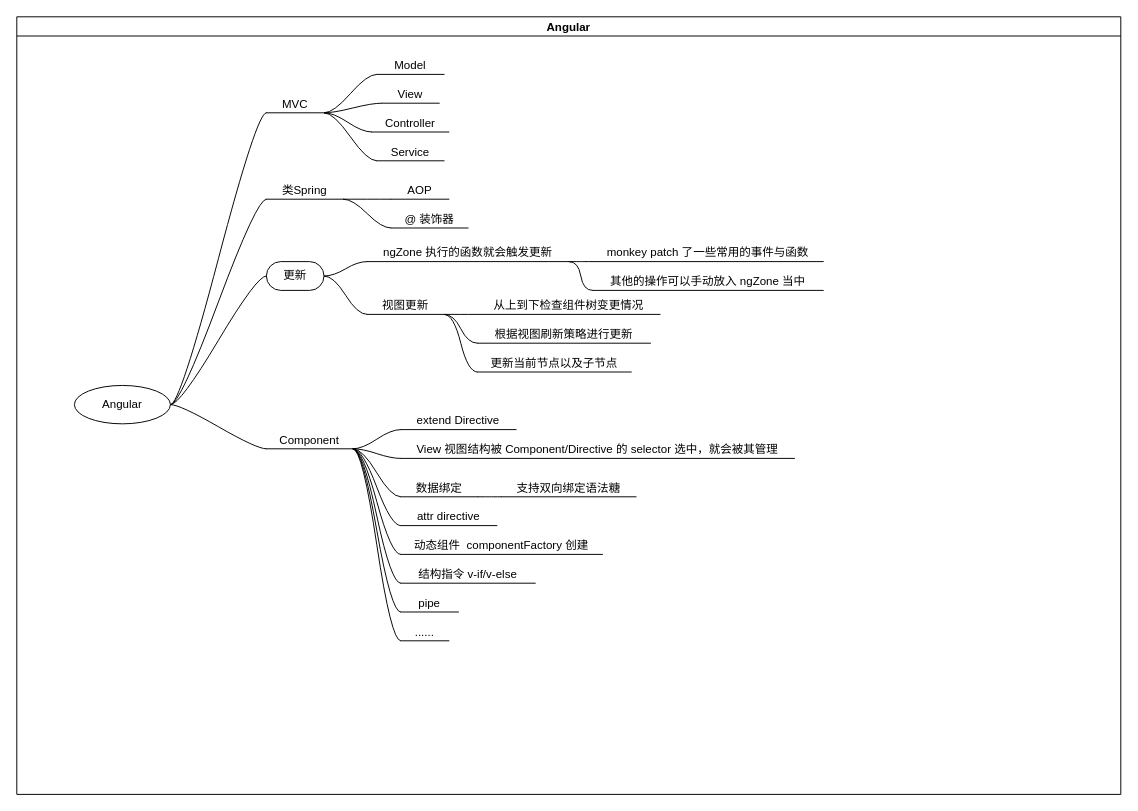
Earlier version of the draw.io diagram page "Angular" (4 of 7) of fe-framework/fe-framework.drawio (NiLinli/learn-web). Source tidied: cells renumbered, new cells numbered last; positions are measured from the earlier drawing's top-left corner, leaving out a move shared by most shapes. Both pictures are drawn from the tidied source at 96%, with x=0, y=0 at pixel (16, 16).
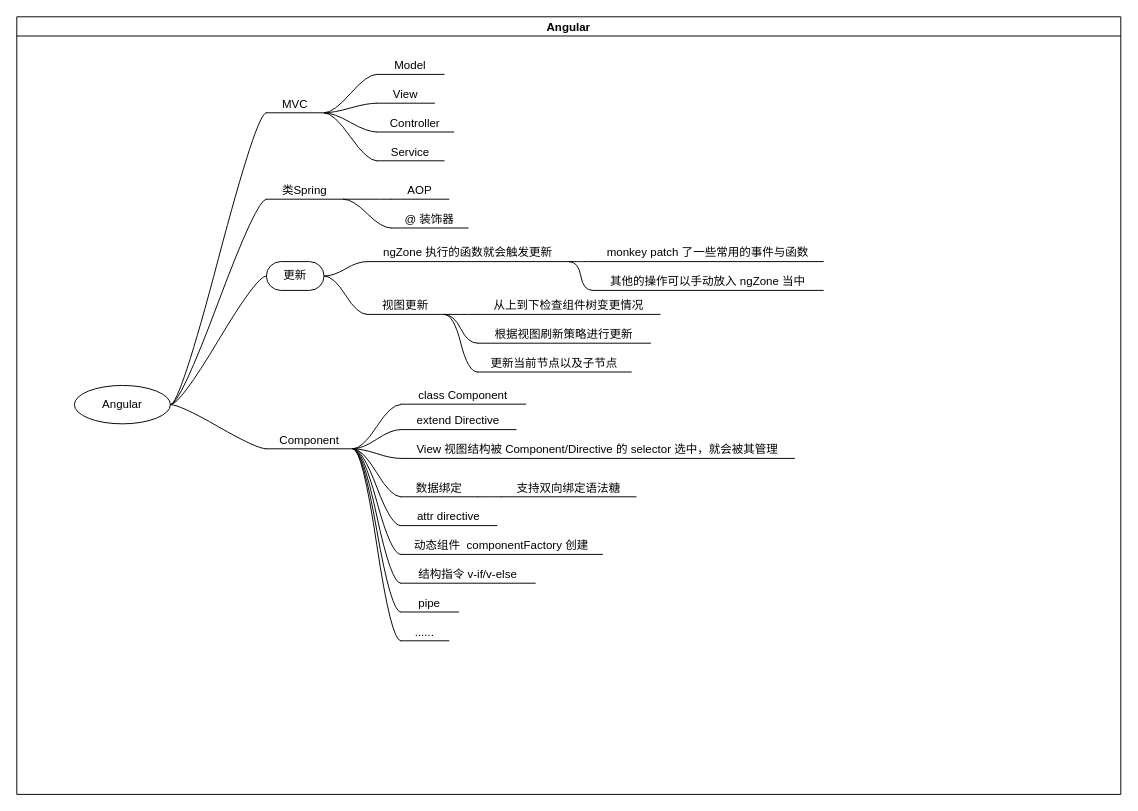
After the change.

Unchanged cells that the change refers to:
```xml
<mxCell id="2" value="Angular" style="swimlane;startSize=20;horizontal=1;containerType=tree;" parent="1" vertex="1">
  <mxGeometry width="1150" height="810" as="geometry" />
</mxCell>
<mxCell id="41" value="Component" style="whiteSpace=wrap;html=1;shape=partialRectangle;top=0;left=0;bottom=1;right=0;points=[[0,1],[1,1]];fillColor=none;align=center;verticalAlign=bottom;routingCenterY=0.5;snapToPoint=1;newEdgeStyle={&quot;edgeStyle&quot;:&quot;entityRelationEdgeStyle&quot;,&quot;startArrow&quot;:&quot;none&quot;,&quot;endArrow&quot;:&quot;none&quot;,&quot;segment&quot;:10,&quot;curved&quot;:1};" parent="2" vertex="1">
  <mxGeometry x="260" y="430" width="90" height="20" as="geometry" />
</mxCell>
```

Change to the diagram source:
```diff
@@
     <mxCell id="25" value="View" style="whiteSpace=wrap;html=1;shape=partialRectangle;top=0;left=0;bottom=1;right=0;points=[[0,1],[1,1]];fillColor=none;align=center;verticalAlign=bottom;routingCenterY=0.5;snapToPoint=1;newEdgeStyle={&quot;edgeStyle&quot;:&quot;entityRelationEdgeStyle&quot;,&quot;startArrow&quot;:&quot;none&quot;,&quot;endArrow&quot;:&quot;none&quot;,&quot;segment&quot;:10,&quot;curved&quot;:1};" parent="2" vertex="1">
-      <mxGeometry x="380" y="70" width="60" height="20" as="geometry" />
+      <mxGeometry x="375" y="70" width="60" height="20" as="geometry" />
     </mxCell>
@@
     <mxCell id="27" value="Controller" style="whiteSpace=wrap;html=1;shape=partialRectangle;top=0;left=0;bottom=1;right=0;points=[[0,1],[1,1]];fillColor=none;align=center;verticalAlign=bottom;routingCenterY=0.5;snapToPoint=1;newEdgeStyle={&quot;edgeStyle&quot;:&quot;entityRelationEdgeStyle&quot;,&quot;startArrow&quot;:&quot;none&quot;,&quot;endArrow&quot;:&quot;none&quot;,&quot;segment&quot;:10,&quot;curved&quot;:1};" parent="2" vertex="1">
-      <mxGeometry x="370" y="100" width="80" height="20" as="geometry" />
+      <mxGeometry x="375" y="100" width="80" height="20" as="geometry" />
     </mxCell>
@@
+    <mxCell id="56" style="edgeStyle=entityRelationEdgeStyle;startArrow=none;endArrow=none;segment=10;curved=1;rounded=0;" parent="2" edge="1" source="41" target="57">
+      <mxGeometry relative="1" as="geometry" />
+    </mxCell>
+    <mxCell id="57" value="class Component" style="whiteSpace=wrap;html=1;shape=partialRectangle;top=0;left=0;bottom=1;right=0;points=[[0,1],[1,1]];fillColor=none;align=center;verticalAlign=bottom;routingCenterY=0.5;snapToPoint=1;newEdgeStyle={&quot;edgeStyle&quot;:&quot;entityRelationEdgeStyle&quot;,&quot;startArrow&quot;:&quot;none&quot;,&quot;endArrow&quot;:&quot;none&quot;,&quot;segment&quot;:10,&quot;curved&quot;:1};" parent="2" vertex="1">
+      <mxGeometry x="400" y="383.5" width="130" height="20" as="geometry" />
+    </mxCell>
```
